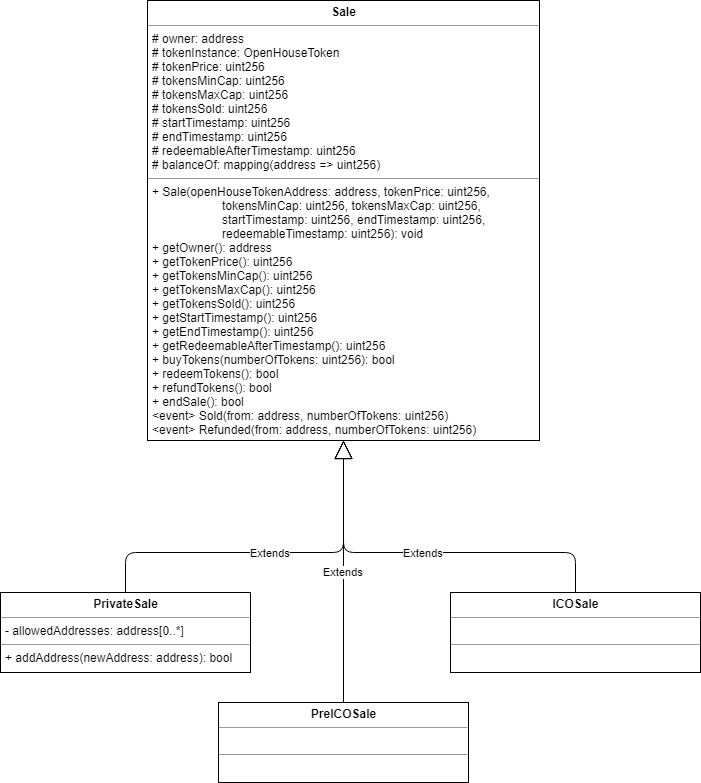
Above: uml/Sale/Sale.png in gkamtzir/Ethereum-ICO-Diploma-Thesis (draw.io), before the change. Source tidied: cells renumbered, new cells last; positions are measured from the earlier drawing's top-left corner, leaving out a move shared by most shapes.
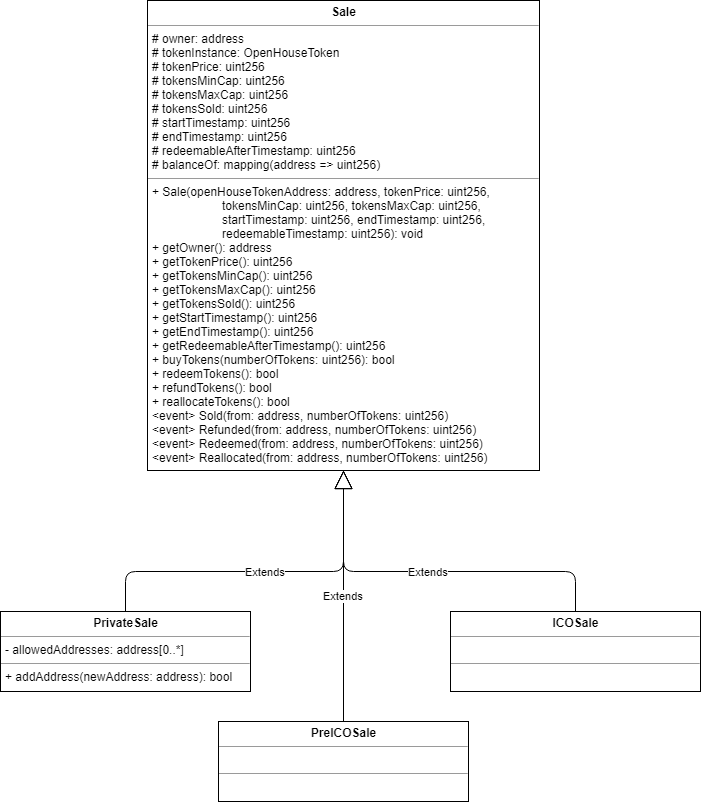
After the commit.

Commit message:
Updated the Sale UML class diagrams.

The edit, as a diff of the source:
```diff
@@ -2,8 +2,8 @@
   <root>
     <mxCell id="0" />
     <mxCell id="1" parent="0" />
-    <mxCell id="2" value="&lt;p style=&quot;margin: 0px ; margin-top: 4px ; text-align: center&quot;&gt;&lt;b&gt;Sale&lt;/b&gt;&lt;/p&gt;&lt;hr size=&quot;1&quot;&gt;&lt;p style=&quot;margin: 0px ; margin-left: 4px&quot;&gt;# owner: address&lt;/p&gt;&lt;p style=&quot;margin: 0px ; margin-left: 4px&quot;&gt;# tokenInstance: OpenHouseToken&lt;/p&gt;&lt;p style=&quot;margin: 0px ; margin-left: 4px&quot;&gt;# tokenPrice: uint256&lt;/p&gt;&lt;p style=&quot;margin: 0px ; margin-left: 4px&quot;&gt;# tokensMinCap: uint256&lt;/p&gt;&lt;p style=&quot;margin: 0px ; margin-left: 4px&quot;&gt;# tokensMaxCap: uint256&lt;/p&gt;&lt;p style=&quot;margin: 0px ; margin-left: 4px&quot;&gt;# tokensSold: uint256&lt;/p&gt;&lt;p style=&quot;margin: 0px ; margin-left: 4px&quot;&gt;# startTimestamp: uint256&lt;/p&gt;&lt;p style=&quot;margin: 0px ; margin-left: 4px&quot;&gt;# endTimestamp: uint256&lt;/p&gt;&lt;p style=&quot;margin: 0px ; margin-left: 4px&quot;&gt;# redeemableAfterTimestamp: uint256&lt;/p&gt;&lt;p style=&quot;margin: 0px ; margin-left: 4px&quot;&gt;# balanceOf: mapping(address =&amp;gt; uint256)&lt;/p&gt;&lt;hr size=&quot;1&quot;&gt;&lt;p style=&quot;margin: 0px ; margin-left: 4px&quot;&gt;+ Sale(openHouseTokenAddress: address, tokenPrice: uint256,&lt;/p&gt;&lt;p style=&quot;margin: 0px ; margin-left: 4px&quot;&gt;&amp;nbsp; &amp;nbsp; &amp;nbsp; &amp;nbsp; &amp;nbsp; &amp;nbsp; &amp;nbsp; &amp;nbsp; &amp;nbsp; &amp;nbsp; &amp;nbsp;tokensMinCap: uint256, tokensMaxCap: uint256,&lt;/p&gt;&lt;p style=&quot;margin: 0px ; margin-left: 4px&quot;&gt;&amp;nbsp; &amp;nbsp; &amp;nbsp; &amp;nbsp; &amp;nbsp; &amp;nbsp; &amp;nbsp; &amp;nbsp; &amp;nbsp; &amp;nbsp; &amp;nbsp;startTimestamp: uint256, endTimestamp: uint256,&lt;/p&gt;&lt;p style=&quot;margin: 0px ; margin-left: 4px&quot;&gt;&amp;nbsp; &amp;nbsp; &amp;nbsp; &amp;nbsp; &amp;nbsp; &amp;nbsp; &amp;nbsp; &amp;nbsp; &amp;nbsp; &amp;nbsp; &amp;nbsp;redeemableTimestamp: uint256): void&lt;/p&gt;&lt;p style=&quot;margin: 0px ; margin-left: 4px&quot;&gt;+ getOwner(): address&lt;/p&gt;&lt;p style=&quot;margin: 0px ; margin-left: 4px&quot;&gt;+ getTokenPrice(): uint256&lt;/p&gt;&lt;p style=&quot;margin: 0px ; margin-left: 4px&quot;&gt;+ getTokensMinCap(): uint256&lt;/p&gt;&lt;p style=&quot;margin: 0px ; margin-left: 4px&quot;&gt;+ getTokensMaxCap(): uint256&lt;/p&gt;&lt;p style=&quot;margin: 0px ; margin-left: 4px&quot;&gt;+ getTokensSold(): uint256&lt;/p&gt;&lt;p style=&quot;margin: 0px ; margin-left: 4px&quot;&gt;+ getStartTimestamp(): uint256&lt;/p&gt;&lt;p style=&quot;margin: 0px ; margin-left: 4px&quot;&gt;+ getEndTimestamp(): uint256&lt;/p&gt;&lt;p style=&quot;margin: 0px ; margin-left: 4px&quot;&gt;+ getRedeemableAfterTimestamp(): uint256&lt;/p&gt;&lt;p style=&quot;margin: 0px ; margin-left: 4px&quot;&gt;+ buyTokens(numberOfTokens: uint256): bool&lt;/p&gt;&lt;p style=&quot;margin: 0px ; margin-left: 4px&quot;&gt;+ redeemTokens(): bool&lt;/p&gt;&lt;p style=&quot;margin: 0px ; margin-left: 4px&quot;&gt;+ refundTokens(): bool&lt;/p&gt;&lt;p style=&quot;margin: 0px ; margin-left: 4px&quot;&gt;+ endSale(): bool&lt;/p&gt;&lt;p style=&quot;margin: 0px ; margin-left: 4px&quot;&gt;&amp;lt;event&amp;gt; Sold(from: address, numberOfTokens: uint256)&lt;/p&gt;&lt;p style=&quot;margin: 0px ; margin-left: 4px&quot;&gt;&amp;lt;event&amp;gt; Refunded(from: address, numberOfTokens: uint256)&lt;/p&gt;" style="verticalAlign=top;align=left;overflow=fill;fontSize=12;fontFamily=Helvetica;html=1;" parent="1" vertex="1">
-      <mxGeometry x="147" width="392" height="440" as="geometry" />
+    <mxCell id="2" value="&lt;p style=&quot;margin: 0px ; margin-top: 4px ; text-align: center&quot;&gt;&lt;b&gt;Sale&lt;/b&gt;&lt;/p&gt;&lt;hr size=&quot;1&quot;&gt;&lt;p style=&quot;margin: 0px ; margin-left: 4px&quot;&gt;# owner: address&lt;/p&gt;&lt;p style=&quot;margin: 0px ; margin-left: 4px&quot;&gt;# tokenInstance: OpenHouseToken&lt;/p&gt;&lt;p style=&quot;margin: 0px ; margin-left: 4px&quot;&gt;# tokenPrice: uint256&lt;/p&gt;&lt;p style=&quot;margin: 0px ; margin-left: 4px&quot;&gt;# tokensMinCap: uint256&lt;/p&gt;&lt;p style=&quot;margin: 0px ; margin-left: 4px&quot;&gt;# tokensMaxCap: uint256&lt;/p&gt;&lt;p style=&quot;margin: 0px ; margin-left: 4px&quot;&gt;# tokensSold: uint256&lt;/p&gt;&lt;p style=&quot;margin: 0px ; margin-left: 4px&quot;&gt;# startTimestamp: uint256&lt;/p&gt;&lt;p style=&quot;margin: 0px ; margin-left: 4px&quot;&gt;# endTimestamp: uint256&lt;/p&gt;&lt;p style=&quot;margin: 0px ; margin-left: 4px&quot;&gt;# redeemableAfterTimestamp: uint256&lt;/p&gt;&lt;p style=&quot;margin: 0px ; margin-left: 4px&quot;&gt;# balanceOf: mapping(address =&amp;gt; uint256)&lt;/p&gt;&lt;hr size=&quot;1&quot;&gt;&lt;p style=&quot;margin: 0px ; margin-left: 4px&quot;&gt;+ Sale(openHouseTokenAddress: address, tokenPrice: uint256,&lt;/p&gt;&lt;p style=&quot;margin: 0px ; margin-left: 4px&quot;&gt;&amp;nbsp; &amp;nbsp; &amp;nbsp; &amp;nbsp; &amp;nbsp; &amp;nbsp; &amp;nbsp; &amp;nbsp; &amp;nbsp; &amp;nbsp; &amp;nbsp;tokensMinCap: uint256, tokensMaxCap: uint256,&lt;/p&gt;&lt;p style=&quot;margin: 0px ; margin-left: 4px&quot;&gt;&amp;nbsp; &amp;nbsp; &amp;nbsp; &amp;nbsp; &amp;nbsp; &amp;nbsp; &amp;nbsp; &amp;nbsp; &amp;nbsp; &amp;nbsp; &amp;nbsp;startTimestamp: uint256, endTimestamp: uint256,&lt;/p&gt;&lt;p style=&quot;margin: 0px ; margin-left: 4px&quot;&gt;&amp;nbsp; &amp;nbsp; &amp;nbsp; &amp;nbsp; &amp;nbsp; &amp;nbsp; &amp;nbsp; &amp;nbsp; &amp;nbsp; &amp;nbsp; &amp;nbsp;redeemableTimestamp: uint256): void&lt;/p&gt;&lt;p style=&quot;margin: 0px ; margin-left: 4px&quot;&gt;+ getOwner(): address&lt;/p&gt;&lt;p style=&quot;margin: 0px ; margin-left: 4px&quot;&gt;+ getTokenPrice(): uint256&lt;/p&gt;&lt;p style=&quot;margin: 0px ; margin-left: 4px&quot;&gt;+ getTokensMinCap(): uint256&lt;/p&gt;&lt;p style=&quot;margin: 0px ; margin-left: 4px&quot;&gt;+ getTokensMaxCap(): uint256&lt;/p&gt;&lt;p style=&quot;margin: 0px ; margin-left: 4px&quot;&gt;+ getTokensSold(): uint256&lt;/p&gt;&lt;p style=&quot;margin: 0px ; margin-left: 4px&quot;&gt;+ getStartTimestamp(): uint256&lt;/p&gt;&lt;p style=&quot;margin: 0px ; margin-left: 4px&quot;&gt;+ getEndTimestamp(): uint256&lt;/p&gt;&lt;p style=&quot;margin: 0px ; margin-left: 4px&quot;&gt;+ getRedeemableAfterTimestamp(): uint256&lt;/p&gt;&lt;p style=&quot;margin: 0px ; margin-left: 4px&quot;&gt;+ buyTokens(numberOfTokens: uint256): bool&lt;/p&gt;&lt;p style=&quot;margin: 0px ; margin-left: 4px&quot;&gt;+ redeemTokens(): bool&lt;/p&gt;&lt;p style=&quot;margin: 0px ; margin-left: 4px&quot;&gt;+ refundTokens(): bool&lt;/p&gt;&lt;p style=&quot;margin: 0px ; margin-left: 4px&quot;&gt;+ reallocateTokens(): bool&lt;/p&gt;&lt;p style=&quot;margin: 0px ; margin-left: 4px&quot;&gt;&amp;lt;event&amp;gt; Sold(from: address, numberOfTokens: uint256)&lt;/p&gt;&lt;p style=&quot;margin: 0px ; margin-left: 4px&quot;&gt;&amp;lt;event&amp;gt; Refunded(from: address, numberOfTokens: uint256)&lt;/p&gt;&lt;p style=&quot;margin: 0px ; margin-left: 4px&quot;&gt;&amp;lt;event&amp;gt; Redeemed(from: address, numberOfTokens: uint256)&lt;/p&gt;&lt;p style=&quot;margin: 0px ; margin-left: 4px&quot;&gt;&amp;lt;event&amp;gt; Reallocated(from: address, numberOfTokens: uint256)&lt;/p&gt;" style="verticalAlign=top;align=left;overflow=fill;fontSize=12;fontFamily=Helvetica;html=1;" parent="1" vertex="1">
+      <mxGeometry x="147" y="-19" width="392" height="470" as="geometry" />
     </mxCell>
     <mxCell id="3" value="&lt;p style=&quot;margin: 0px ; margin-top: 4px ; text-align: center&quot;&gt;&lt;b&gt;PrivateSale&lt;/b&gt;&lt;/p&gt;&lt;hr size=&quot;1&quot;&gt;&lt;p style=&quot;margin: 0px ; margin-left: 4px&quot;&gt;- allowedAddresses: address[0..*]&lt;/p&gt;&lt;hr size=&quot;1&quot;&gt;&lt;p style=&quot;margin: 0px ; margin-left: 4px&quot;&gt;&lt;span&gt;+ addAddress(newAddress: address): bool&lt;/span&gt;&lt;br&gt;&lt;/p&gt;" style="verticalAlign=top;align=left;overflow=fill;fontSize=12;fontFamily=Helvetica;html=1;" parent="1" vertex="1">
       <mxGeometry y="592" width="250" height="80" as="geometry" />
```
